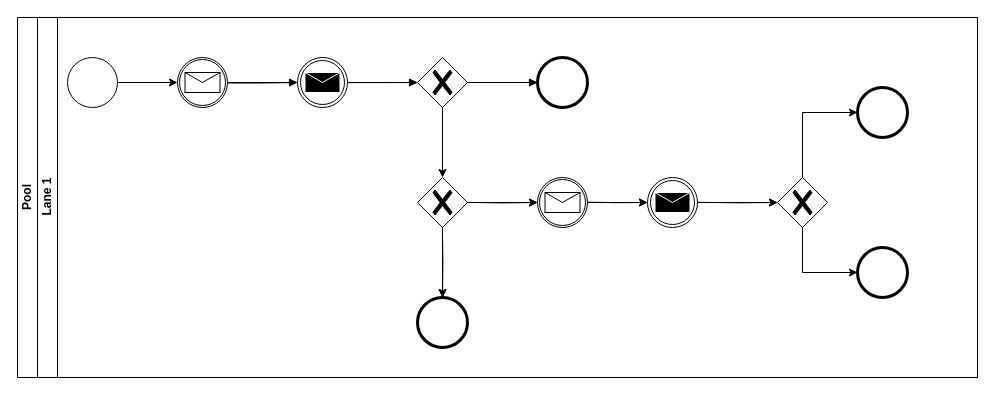
Above: Livraison.drawio in quemet/Draw.io (draw.io), before the change. Source tidied: cells renumbered, new cells numbered last; positions are measured from the earlier drawing's top-left corner, leaving out a move shared by most shapes. Both pictures are drawn from the tidied source at 100%, with x=0, y=0 at pixel (17, 17).
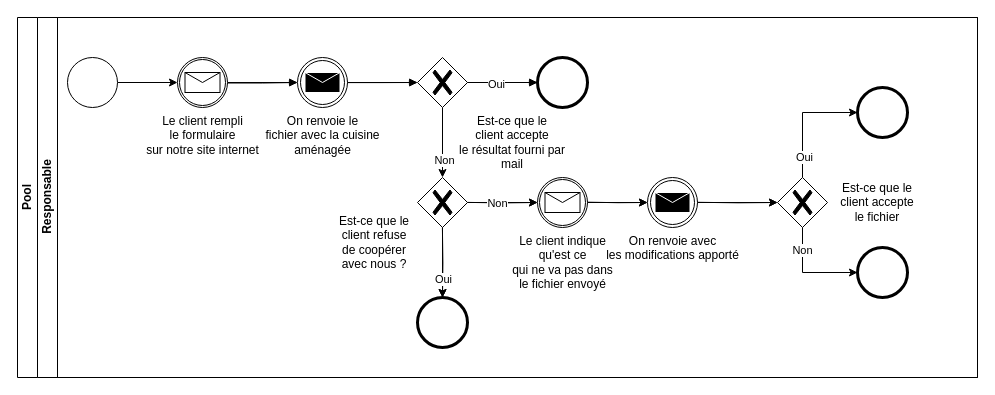
The same diagram, later.

Commit message (it also covers changes not shown here):
Mettre à jour Livraison.drawio

The change refers to these unchanged cells:
```xml
<mxCell id="11" style="edgeStyle=orthogonalEdgeStyle;rounded=0;jettySize=auto;html=1;" parent="3" edge="1" source="12" target="16">
  <mxGeometry relative="1" as="geometry" />
</mxCell>
<mxCell id="13" style="points=[[0.145,0.145,0],[0.5,0,0],[0.855,0.145,0],[1,0.5,0],[0.855,0.855,0],[0.5,1,0],[0.145,0.855,0],[0,0.5,0]];shape=mxgraph.bpmn.event;html=1;verticalLabelPosition=bottom;labelBackgroundColor=#ffffff;verticalAlign=top;align=center;perimeter=ellipsePerimeter;outlineConnect=0;outline=end;symbol=terminate2;" parent="3" vertex="1">
  <mxGeometry x="500" y="40" width="50" height="50" as="geometry" />
</mxCell>
<mxCell id="28" style="edgeStyle=orthogonalEdgeStyle;rounded=0;jettySize=auto;html=1;entryX=0.5;entryY=0;entryDx=0;entryDy=0;entryPerimeter=0;" parent="3" edge="1" target="17">
  <mxGeometry relative="1" as="geometry">
    <mxPoint x="404.9" y="210" as="sourcePoint" />
  </mxGeometry>
</mxCell>
<mxCell id="29" style="edgeStyle=orthogonalEdgeStyle;rounded=0;jettySize=auto;html=1;entryX=0;entryY=0.5;entryDx=0;entryDy=0;entryPerimeter=0;" parent="3" edge="1" target="19">
  <mxGeometry relative="1" as="geometry">
    <mxPoint x="430" y="184.9" as="sourcePoint" />
  </mxGeometry>
</mxCell>
<mxCell id="32" style="edgeStyle=orthogonalEdgeStyle;rounded=0;jettySize=auto;html=1;entryX=0;entryY=0.5;entryDx=0;entryDy=0;entryPerimeter=0;" parent="3" edge="1" target="23">
  <mxGeometry relative="1" as="geometry">
    <mxPoint x="765" y="160" as="sourcePoint" />
    <Array as="points">
      <mxPoint x="765" y="95" />
    </Array>
  </mxGeometry>
</mxCell>
<mxCell id="33" style="edgeStyle=orthogonalEdgeStyle;rounded=0;jettySize=auto;html=1;" parent="3" edge="1" target="24">
  <mxGeometry relative="1" as="geometry">
    <mxPoint x="765" y="210" as="sourcePoint" />
    <Array as="points">
      <mxPoint x="765" y="255" />
    </Array>
  </mxGeometry>
</mxCell>
```

The edit, as a diff of the source:
```diff
@@
-    <mxCell id="3" value="Lane 1" style="swimlane;html=1;startSize=20;horizontal=0;" parent="1" vertex="1">
+    <mxCell id="3" value="Responsable" style="swimlane;html=1;startSize=20;horizontal=0;" parent="1" vertex="1">
       <mxGeometry x="20" width="940" height="360" as="geometry" />
     </mxCell>
@@
-    <mxCell id="7" style="points=[[0.145,0.145,0],[0.5,0,0],[0.855,0.145,0],[1,0.5,0],[0.855,0.855,0],[0.5,1,0],[0.145,0.855,0],[0,0.5,0]];shape=mxgraph.bpmn.event;html=1;verticalLabelPosition=bottom;labelBackgroundColor=#ffffff;verticalAlign=top;align=center;perimeter=ellipsePerimeter;outlineConnect=0;outline=throwing;symbol=message;" parent="3" vertex="1">
+    <mxCell id="7" value="On renvoie le &lt;br&gt;fichier avec la cuisine &lt;br&gt;aménagée" style="points=[[0.145,0.145,0],[0.5,0,0],[0.855,0.145,0],[1,0.5,0],[0.855,0.855,0],[0.5,1,0],[0.145,0.855,0],[0,0.5,0]];shape=mxgraph.bpmn.event;html=1;verticalLabelPosition=bottom;labelBackgroundColor=#ffffff;verticalAlign=top;align=center;perimeter=ellipsePerimeter;outlineConnect=0;outline=throwing;symbol=message;" parent="3" vertex="1">
       <mxGeometry x="260" y="40" width="50" height="50" as="geometry" />
     </mxCell>
@@
-    <mxCell id="9" style="points=[[0.145,0.145,0],[0.5,0,0],[0.855,0.145,0],[1,0.5,0],[0.855,0.855,0],[0.5,1,0],[0.145,0.855,0],[0,0.5,0]];shape=mxgraph.bpmn.event;html=1;verticalLabelPosition=bottom;labelBackgroundColor=#ffffff;verticalAlign=top;align=center;perimeter=ellipsePerimeter;outlineConnect=0;outline=catching;symbol=message;" parent="3" vertex="1">
+    <mxCell id="9" value="Le client rempli &lt;br&gt;le formulaire &lt;br&gt;sur notre site internet" style="points=[[0.145,0.145,0],[0.5,0,0],[0.855,0.145,0],[1,0.5,0],[0.855,0.855,0],[0.5,1,0],[0.145,0.855,0],[0,0.5,0]];shape=mxgraph.bpmn.event;html=1;verticalLabelPosition=bottom;labelBackgroundColor=#ffffff;verticalAlign=top;align=center;perimeter=ellipsePerimeter;outlineConnect=0;outline=catching;symbol=message;" parent="3" vertex="1">
       <mxGeometry x="140" y="40" width="50" height="50" as="geometry" />
     </mxCell>
@@
+    <mxCell id="34" value="Non" style="edgeLabel;html=1;align=center;verticalAlign=middle;" parent="11" vertex="1">
+      <mxGeometry x="0.49" y="1" relative="1" as="geometry" />
+    </mxCell>
@@
-    <mxCell id="19" style="points=[[0.145,0.145,0],[0.5,0,0],[0.855,0.145,0],[1,0.5,0],[0.855,0.855,0],[0.5,1,0],[0.145,0.855,0],[0,0.5,0]];shape=mxgraph.bpmn.event;html=1;verticalLabelPosition=bottom;labelBackgroundColor=#ffffff;verticalAlign=top;align=center;perimeter=ellipsePerimeter;outlineConnect=0;outline=catching;symbol=message;" parent="3" vertex="1">
+    <mxCell id="19" value="Le client indique &lt;br&gt;qu'est ce&lt;br&gt;qui ne va pas dans &lt;br&gt;le fichier envoyé" style="points=[[0.145,0.145,0],[0.5,0,0],[0.855,0.145,0],[1,0.5,0],[0.855,0.855,0],[0.5,1,0],[0.145,0.855,0],[0,0.5,0]];shape=mxgraph.bpmn.event;html=1;verticalLabelPosition=bottom;labelBackgroundColor=#ffffff;verticalAlign=top;align=center;perimeter=ellipsePerimeter;outlineConnect=0;outline=catching;symbol=message;" parent="3" vertex="1">
       <mxGeometry x="500" y="160" width="50" height="50" as="geometry" />
     </mxCell>
@@
-    <mxCell id="21" style="points=[[0.145,0.145,0],[0.5,0,0],[0.855,0.145,0],[1,0.5,0],[0.855,0.855,0],[0.5,1,0],[0.145,0.855,0],[0,0.5,0]];shape=mxgraph.bpmn.event;html=1;verticalLabelPosition=bottom;labelBackgroundColor=#ffffff;verticalAlign=top;align=center;perimeter=ellipsePerimeter;outlineConnect=0;outline=throwing;symbol=message;" parent="3" vertex="1">
+    <mxCell id="21" value="On renvoie avec &lt;br&gt;les modifications apporté" style="points=[[0.145,0.145,0],[0.5,0,0],[0.855,0.145,0],[1,0.5,0],[0.855,0.855,0],[0.5,1,0],[0.145,0.855,0],[0,0.5,0]];shape=mxgraph.bpmn.event;html=1;verticalLabelPosition=bottom;labelBackgroundColor=#ffffff;verticalAlign=top;align=center;perimeter=ellipsePerimeter;outlineConnect=0;outline=throwing;symbol=message;" parent="3" vertex="1">
       <mxGeometry x="610" y="160" width="50" height="50" as="geometry" />
     </mxCell>
@@
-    <mxCell id="27" style="edgeStyle=elbowEdgeStyle;fontSize=12;html=1;endArrow=blockThin;endFill=1;rounded=0;entryX=0;entryY=0.5;entryDx=0;entryDy=0;entryPerimeter=0;" parent="3" edge="1" target="13">
+    <mxCell id="27" style="edgeStyle=elbowEdgeStyle;fontSize=12;html=1;endArrow=blockThin;endFill=1;rounded=0;entryX=0;entryY=0.5;entryDx=0;entryDy=0;entryPerimeter=0;elbow=vertical;" parent="3" edge="1" target="13">
       <mxGeometry relative="1" as="geometry">
         <mxPoint x="430" y="65" as="sourcePoint" />
       </mxGeometry>
     </mxCell>
+    <mxCell id="35" value="Oui" style="edgeLabel;html=1;align=center;verticalAlign=middle;" parent="27" vertex="1">
+      <mxGeometry x="-0.2" y="-1" relative="1" as="geometry" />
+    </mxCell>
@@
+    <mxCell id="36" value="Oui" style="edgeLabel;html=1;align=center;verticalAlign=middle;" parent="28" vertex="1">
+      <mxGeometry x="0.49" relative="1" as="geometry" />
+    </mxCell>
@@
+    <mxCell id="37" value="Non" style="edgeLabel;html=1;align=center;verticalAlign=middle;" parent="29" vertex="1">
+      <mxGeometry x="-0.15" relative="1" as="geometry" />
+    </mxCell>
@@
+    <mxCell id="38" value="Oui" style="edgeLabel;html=1;align=center;verticalAlign=middle;" parent="32" vertex="1">
+      <mxGeometry x="-0.65" y="-1" relative="1" as="geometry" />
+    </mxCell>
@@
+    <mxCell id="39" value="Non" style="edgeLabel;html=1;align=center;verticalAlign=middle;" parent="33" vertex="1">
+      <mxGeometry x="-0.57" y="-1" relative="1" as="geometry" />
+    </mxCell>
+    <mxCell id="40" value="Est-ce que le client accepte le fichier" style="text;html=1;strokeColor=none;fillColor=none;align=center;verticalAlign=middle;whiteSpace=wrap;rounded=0;" parent="3" vertex="1">
+      <mxGeometry x="800" y="170" width="80" height="30" as="geometry" />
+    </mxCell>
+    <mxCell id="41" value="Est-ce que le&lt;br style=&quot;border-color: var(--border-color);&quot;&gt;&lt;span style=&quot;background-color: rgb(255, 255, 255);&quot;&gt;client accepte&lt;/span&gt;&lt;br style=&quot;border-color: var(--border-color);&quot;&gt;&lt;span style=&quot;background-color: rgb(255, 255, 255);&quot;&gt;le résultat fourni par mail&lt;/span&gt;" style="text;html=1;strokeColor=none;fillColor=none;align=center;verticalAlign=middle;whiteSpace=wrap;rounded=0;" parent="3" vertex="1">
+      <mxGeometry x="410" y="110" width="130" height="30" as="geometry" />
+    </mxCell>
+    <mxCell id="42" value="Est-ce que le client refuse&lt;br style=&quot;border-color: var(--border-color);&quot;&gt;&lt;span style=&quot;background-color: rgb(255, 255, 255);&quot;&gt;de coopérer avec nous ?&lt;/span&gt;" style="text;html=1;strokeColor=none;fillColor=none;align=center;verticalAlign=middle;whiteSpace=wrap;rounded=0;" parent="3" vertex="1">
+      <mxGeometry x="290" y="210" width="94" height="30" as="geometry" />
+    </mxCell>
```
